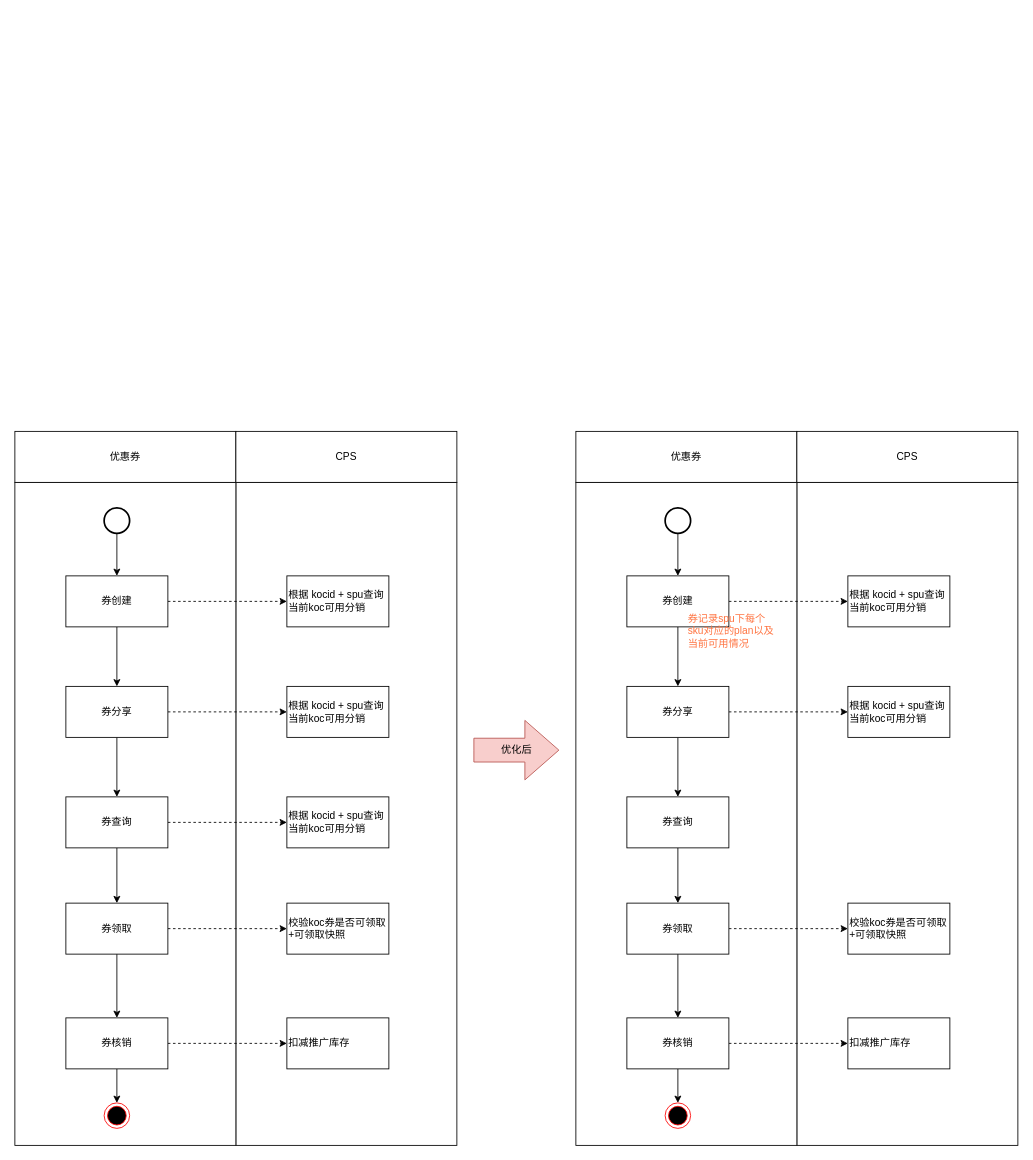
This is page "KOC券生命周期" (15 of 27) of Untitled Diagram.drawio from zengcrvip/basedemo, a draw.io file, before an edit. Source tidied: cells renumbered, new cells numbered last; positions are measured from the earlier drawing's top-left corner, leaving out a move shared by most shapes. Both pictures are drawn from the tidied source at 85%, with x=0, y=0 at pixel (14, 431).
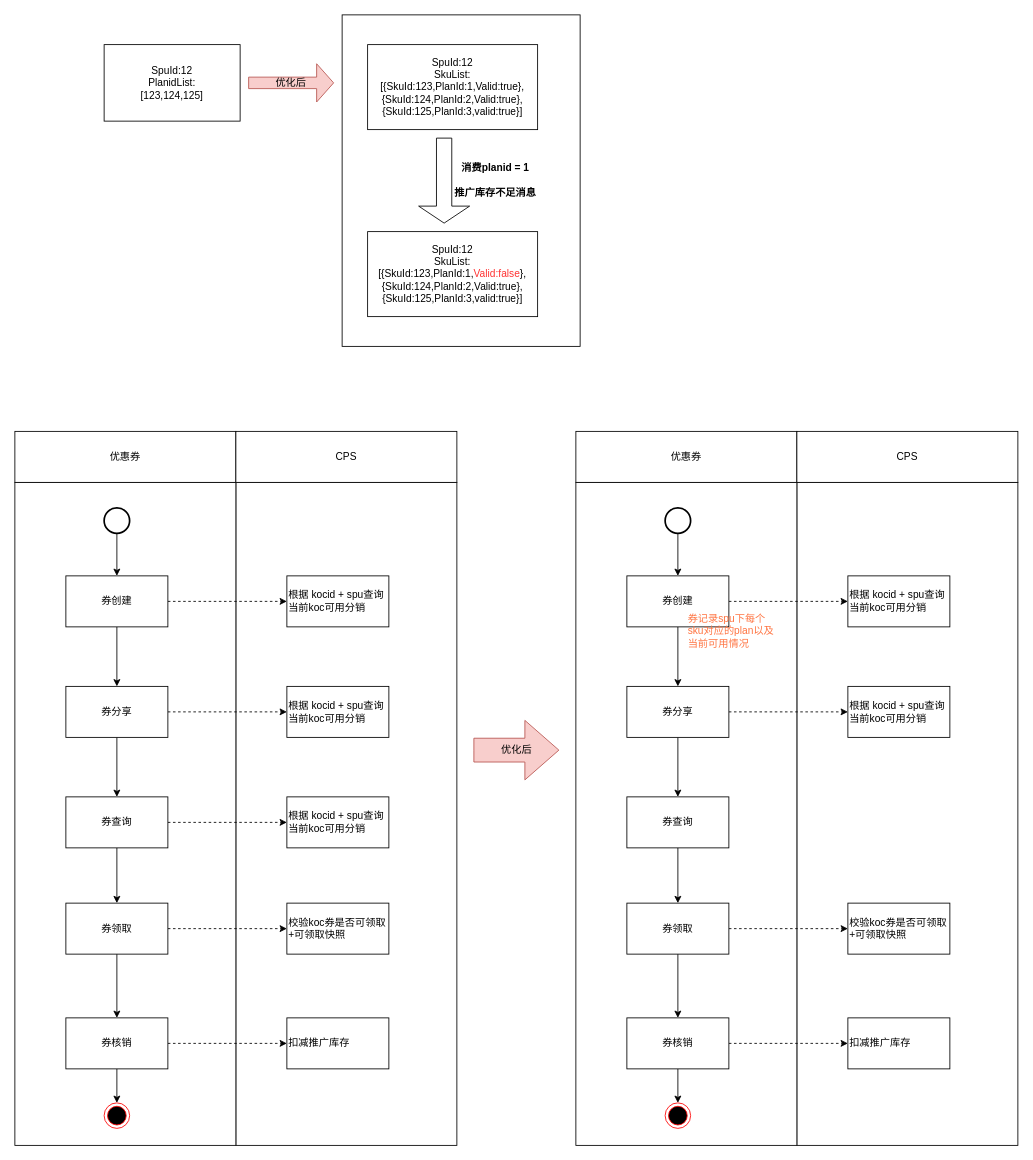
The same page after the edit.

Change to the diagram source:
```diff
@@
+    <mxCell id="56" style="rounded=0;whiteSpace=wrap;html=1;" parent="1" vertex="1">
+      <mxGeometry x="385" y="-490" width="280" height="390" as="geometry" />
+    </mxCell>
+    <mxCell id="57" value="SpuId:12&lt;br&gt;PlanidList:&lt;br&gt;[123,124,125]" style="rounded=0;whiteSpace=wrap;html=1;" parent="1" vertex="1">
+      <mxGeometry x="105" y="-455" width="160" height="90" as="geometry" />
+    </mxCell>
+    <mxCell id="58" value="SpuId:12&lt;br&gt;SkuList:&lt;br&gt;[{SkuId:123,PlanId:1,Valid:true},&lt;br&gt;{SkuId:124,PlanId:2,Valid:true},&lt;br&gt;{SkuId:125,PlanId:3,valid:true}]" style="rounded=0;whiteSpace=wrap;html=1;" parent="1" vertex="1">
+      <mxGeometry x="415" y="-455" width="200" height="100" as="geometry" />
+    </mxCell>
+    <mxCell id="59" style="shape=singleArrow;direction=south;whiteSpace=wrap;html=1;" parent="1" vertex="1">
+      <mxGeometry x="475" y="-345" width="60" height="100" as="geometry" />
+    </mxCell>
+    <mxCell id="60" value="SpuId:12&lt;br&gt;SkuList:&lt;br&gt;[{SkuId:123,PlanId:1,&lt;font color=&quot;#ff3333&quot;&gt;Valid:false&lt;/font&gt;},&lt;br&gt;{SkuId:124,PlanId:2,Valid:true},&lt;br&gt;{SkuId:125,PlanId:3,valid:true}]" style="rounded=0;whiteSpace=wrap;html=1;" parent="1" vertex="1">
+      <mxGeometry x="415" y="-235" width="200" height="100" as="geometry" />
+    </mxCell>
+    <mxCell id="61" value="&lt;font style=&quot;font-size: 12px&quot;&gt;消费planid = 1&lt;br&gt;推广库存不足消息&lt;/font&gt;" style="text;strokeColor=none;fillColor=none;html=1;fontSize=24;fontStyle=1;verticalAlign=middle;align=center;" parent="1" vertex="1">
+      <mxGeometry x="505" y="-315" width="120" height="30" as="geometry" />
+    </mxCell>
+    <mxCell id="62" value="优化后" style="shape=singleArrow;whiteSpace=wrap;html=1;fillColor=#f8cecc;strokeColor=#b85450;" parent="1" vertex="1">
+      <mxGeometry x="275" y="-432.5" width="100" height="45" as="geometry" />
+    </mxCell>
```
